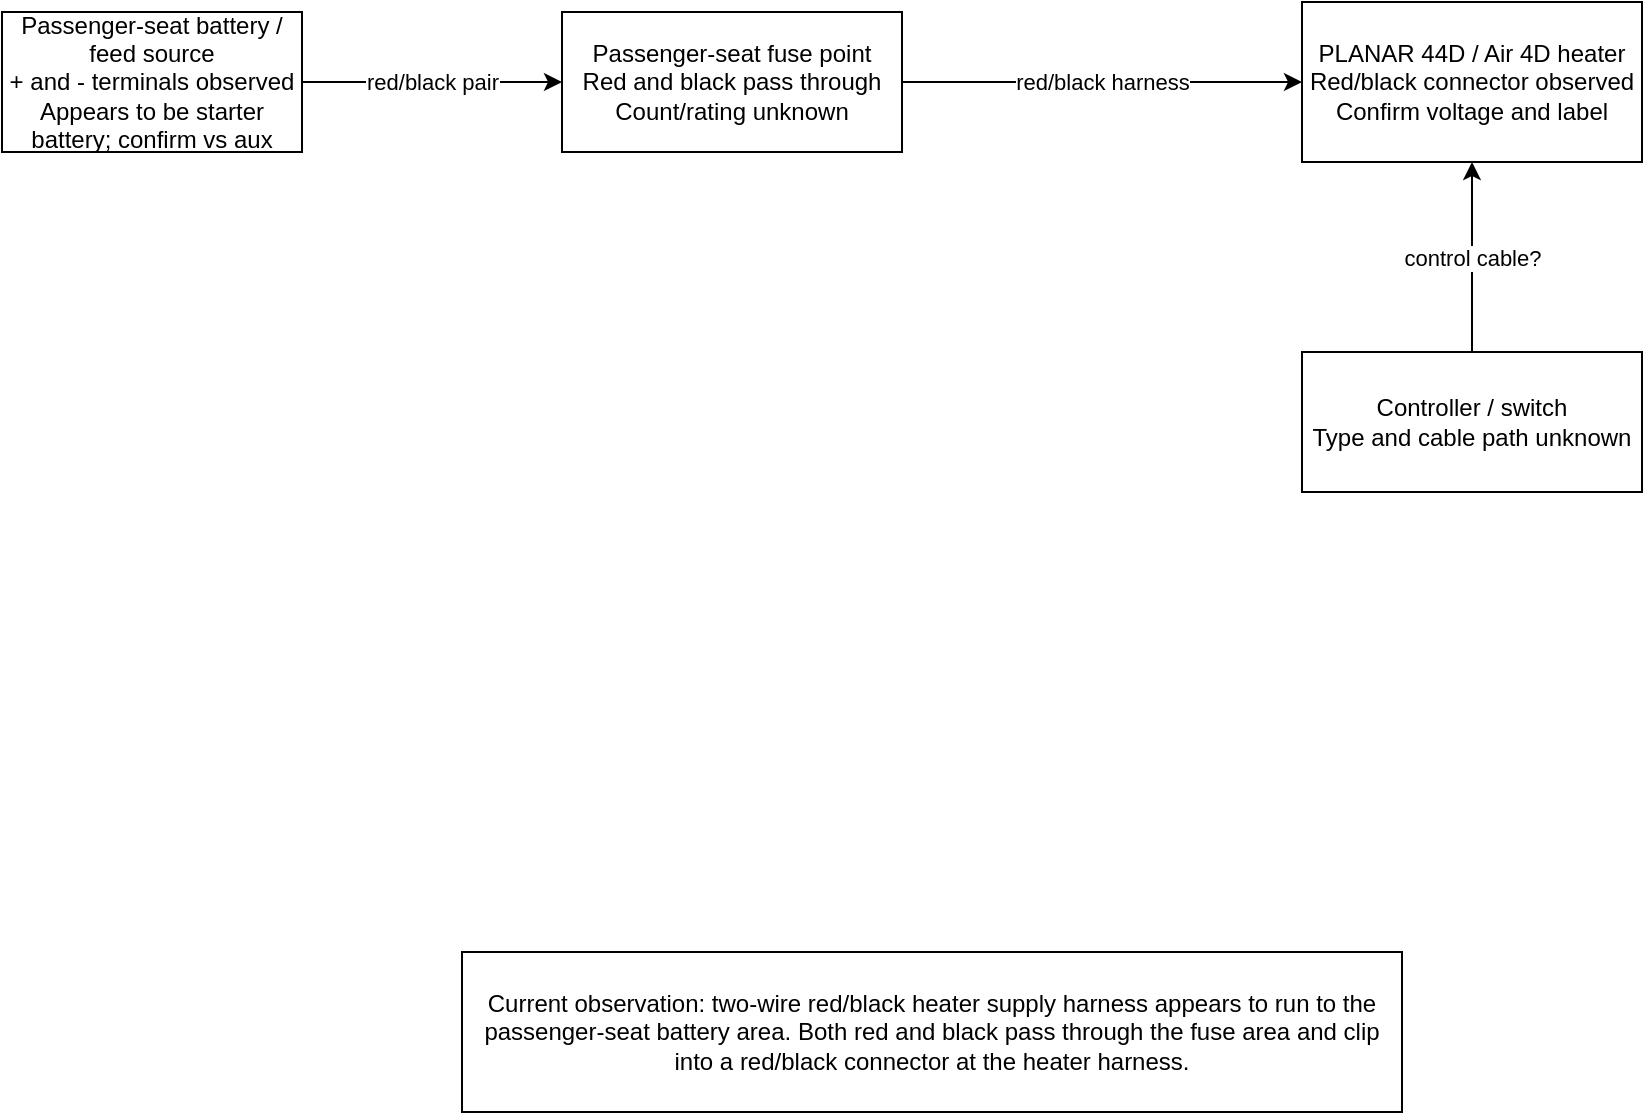
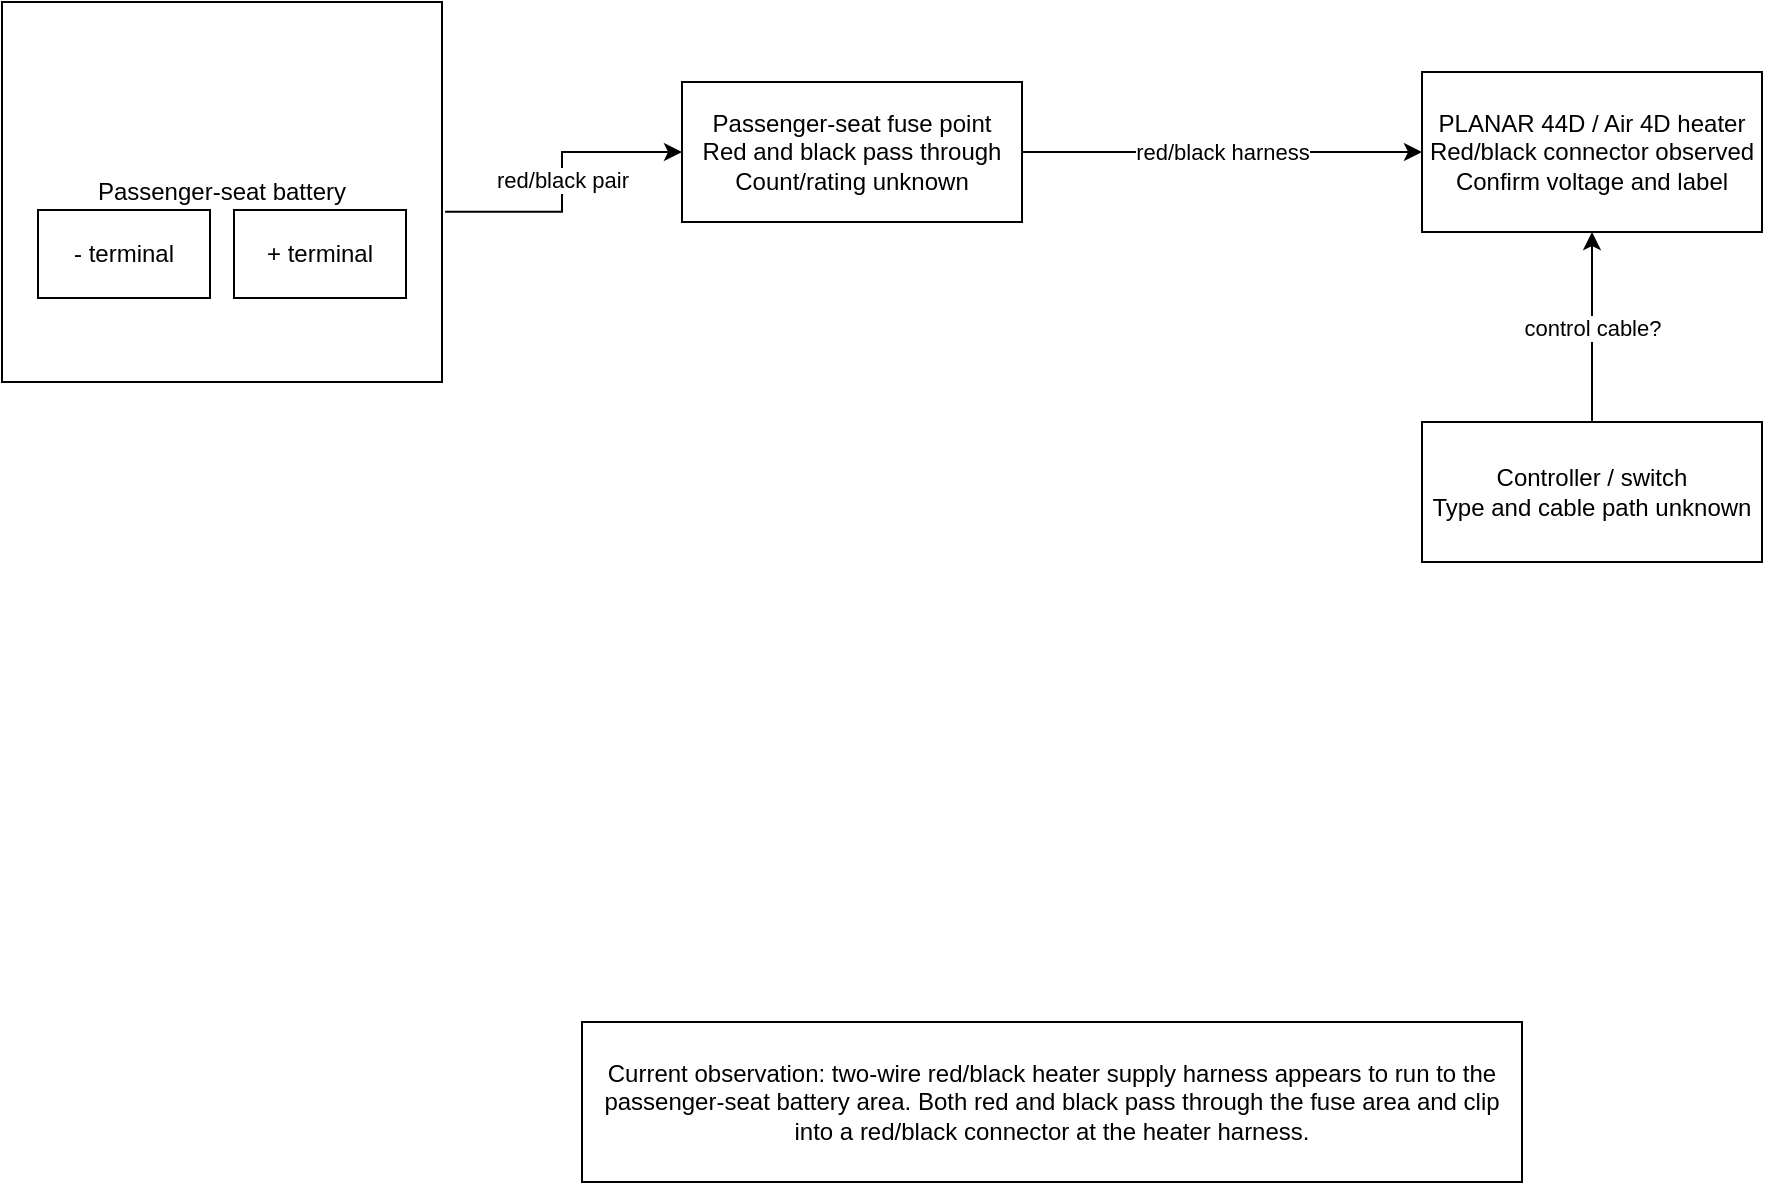
<mxfile host="Electron" agent="Mozilla/5.0 (X11; Linux x86_64) AppleWebKit/537.36 (KHTML, like Gecko) draw.io/29.6.1 Chrome/142.0.7444.265 Electron/39.8.0 Safari/537.36" version="29.6.1">
  <diagram id="electronics-wiring" name="Electronics Wiring">
-     <mxGraphModel dx="2019" dy="986" grid="1" gridSize="10" guides="1" tooltips="1" connect="1" arrows="1" fold="1" page="0" pageScale="1" pageWidth="1169" pageHeight="827" math="0" shadow="0">
+     <mxGraphModel dx="1074" dy="418" grid="1" gridSize="10" guides="1" tooltips="1" connect="1" arrows="1" fold="1" page="0" pageScale="1" pageWidth="1169" pageHeight="827" math="0" shadow="0">
      <root>
        <mxCell id="0" />
        <mxCell id="1" parent="0" />
-         <mxCell id="battery-feed" parent="1" style="whiteSpace=wrap;html=1;" value="Passenger-seat battery / feed source&lt;br&gt;+ and - terminals observed&lt;br&gt;Appears to be starter battery; confirm vs aux" vertex="1">
-           <mxGeometry height="70" width="150" x="-170" y="150" as="geometry" />
+         <mxCell id="battery-group" parent="1" style="whiteSpace=wrap;html=1;" value="Passenger-seat battery" vertex="1">
+           <mxGeometry height="190" width="220" x="-230" y="110" as="geometry" />
+         </mxCell>
+         <mxCell id="battery-negative" parent="battery-group" style="whiteSpace=wrap;html=1;" value="- terminal" vertex="1">
+           <mxGeometry height="44" width="86" x="18" y="104" as="geometry" />
+         </mxCell>
+         <mxCell id="battery-positive" parent="battery-group" style="whiteSpace=wrap;html=1;" value="+ terminal" vertex="1">
+           <mxGeometry height="44" width="86" x="116" y="104" as="geometry" />
        </mxCell>
        <mxCell id="main-fuse-distribution" parent="1" style="whiteSpace=wrap;html=1;" value="Passenger-seat fuse point&lt;br&gt;Red and black pass through&lt;br&gt;Count/rating unknown" vertex="1">
          <mxGeometry height="70" width="170" x="110" y="150" as="geometry" />
        </mxCell>
        <mxCell id="planar-heater" parent="1" style="whiteSpace=wrap;html=1;" value="PLANAR 44D / Air 4D heater&lt;br&gt;Red/black connector observed&lt;br&gt;Confirm voltage and label" vertex="1">
          <mxGeometry height="80" width="170" x="480" y="145" as="geometry" />
        </mxCell>
        <mxCell id="controller-switch" parent="1" style="whiteSpace=wrap;html=1;" value="Controller / switch&lt;br&gt;Type and cable path unknown" vertex="1">
          <mxGeometry height="70" width="170" x="480" y="320" as="geometry" />
        </mxCell>
        <mxCell id="note" parent="1" style="whiteSpace=wrap;html=1;" value="Current observation: two-wire red/black heater supply harness appears to run to the passenger-seat battery area. Both red and black pass through the fuse area and clip into a red/black connector at the heater harness." vertex="1">
          <mxGeometry height="80" width="470" x="60" y="620" as="geometry" />
        </mxCell>
-         <mxCell id="edge-feed-to-main" edge="1" parent="1" source="battery-feed" style="edgeStyle=orthogonalEdgeStyle;rounded=0;orthogonalLoop=1;jettySize=auto;html=1;" target="main-fuse-distribution" value="red/black pair">
+         <mxCell id="edge-feed-to-main" edge="1" parent="1" source="battery-group" style="edgeStyle=orthogonalEdgeStyle;rounded=0;orthogonalLoop=1;jettySize=auto;html=1;exitX=1.007;exitY=0.552;exitDx=0;exitDy=0;exitPerimeter=0;" target="main-fuse-distribution" value="red/black pair">
          <mxGeometry relative="1" as="geometry" />
        </mxCell>
        <mxCell id="edge-fuse-to-heater" edge="1" parent="1" source="main-fuse-distribution" style="edgeStyle=orthogonalEdgeStyle;rounded=0;orthogonalLoop=1;jettySize=auto;html=1;" target="planar-heater" value="red/black harness">
          <mxGeometry relative="1" as="geometry">
            <mxPoint x="890" y="190" as="sourcePoint" />
          </mxGeometry>
        </mxCell>
        <mxCell id="edge-controller-to-heater" edge="1" parent="1" source="controller-switch" style="edgeStyle=orthogonalEdgeStyle;rounded=0;orthogonalLoop=1;jettySize=auto;html=1;" target="planar-heater" value="control cable?">
          <mxGeometry relative="1" as="geometry" />
        </mxCell>
      </root>
    </mxGraphModel>
  </diagram>
</mxfile>
